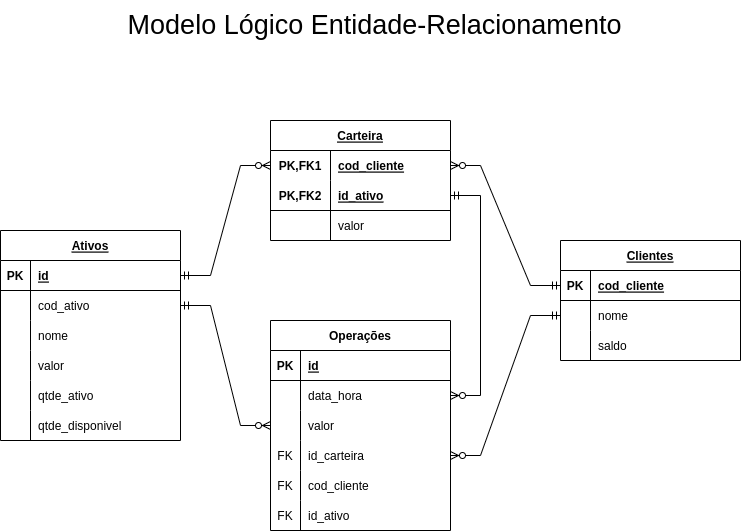
Above: Modelo Lógico ER.drawio.png in Fabio-Vicente/desafio-xp (draw.io), before the change. Source tidied: cells renumbered, new cells last; positions are measured from the earlier drawing's top-left corner, leaving out a move shared by most shapes.
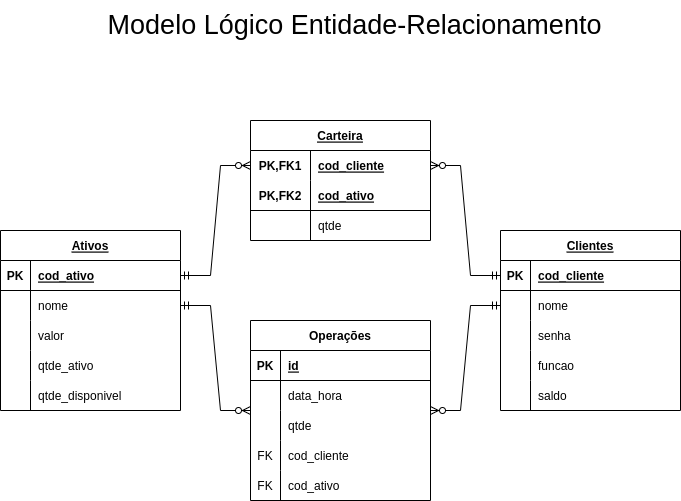
Later version of the same file.

Change to the diagram source:
```diff
@@ -3,7 +3,7 @@
     <mxCell id="0" />
     <mxCell id="1" parent="0" />
     <mxCell id="2" value="Ativos" style="shape=table;startSize=30;rowLines=0;fontStyle=5;align=center;" parent="1" vertex="1">
-      <mxGeometry y="230" width="180" height="210" as="geometry" />
+      <mxGeometry x="20" y="230" width="180" height="180" as="geometry" />
     </mxCell>
     <mxCell id="3" style="shape=tableRow;horizontal=0;startSize=0;swimlaneHead=0;swimlaneBody=0;fillColor=none;points=[[0,0.5],[1,0.5]];portConstraint=eastwest;top=0;left=0;right=0;bottom=1;" parent="2" vertex="1">
       <mxGeometry y="30" width="180" height="30" as="geometry" />
@@ -11,20 +11,11 @@
     <mxCell id="4" value="PK" style="shape=partialRectangle;fillColor=none;top=0;left=0;bottom=0;right=0;fontStyle=1;overflow=hidden;" parent="3" vertex="1">
       <mxGeometry width="30" height="30" as="geometry" />
     </mxCell>
-    <mxCell id="5" value="id" style="shape=partialRectangle;fillColor=none;top=0;left=0;bottom=0;right=0;align=left;spacingLeft=6;fontStyle=5;overflow=hidden;" parent="3" vertex="1">
+    <mxCell id="5" value="cod_ativo" style="shape=partialRectangle;fillColor=none;top=0;left=0;bottom=0;right=0;align=left;spacingLeft=6;fontStyle=5;overflow=hidden;" parent="3" vertex="1">
       <mxGeometry x="30" width="150" height="30" as="geometry" />
     </mxCell>
-    <mxCell id="6" style="shape=tableRow;horizontal=0;startSize=0;swimlaneHead=0;swimlaneBody=0;fillColor=none;points=[[0,0.5],[1,0.5]];portConstraint=eastwest;top=0;left=0;right=0;bottom=0;" parent="2" vertex="1">
-      <mxGeometry y="60" width="180" height="30" as="geometry" />
-    </mxCell>
-    <mxCell id="7" style="shape=partialRectangle;fillColor=none;top=0;left=0;bottom=0;right=0;overflow=hidden;" parent="6" vertex="1">
-      <mxGeometry width="30" height="30" as="geometry" />
-    </mxCell>
-    <mxCell id="8" value="cod_ativo" style="shape=partialRectangle;fillColor=none;top=0;left=0;bottom=0;right=0;align=left;spacingLeft=6;overflow=hidden;" parent="6" vertex="1">
-      <mxGeometry x="30" width="150" height="30" as="geometry" />
-    </mxCell>
     <mxCell id="9" style="shape=tableRow;horizontal=0;startSize=0;swimlaneHead=0;swimlaneBody=0;fillColor=none;points=[[0,0.5],[1,0.5]];portConstraint=eastwest;top=0;left=0;right=0;bottom=0;" parent="2" vertex="1">
-      <mxGeometry y="90" width="180" height="30" as="geometry" />
+      <mxGeometry y="60" width="180" height="30" as="geometry" />
     </mxCell>
     <mxCell id="10" style="shape=partialRectangle;fillColor=none;top=0;left=0;bottom=0;right=0;overflow=hidden;" parent="9" vertex="1">
       <mxGeometry width="30" height="30" as="geometry" />
@@ -33,7 +24,7 @@
       <mxGeometry x="30" width="150" height="30" as="geometry" />
     </mxCell>
     <mxCell id="12" style="shape=tableRow;horizontal=0;startSize=0;swimlaneHead=0;swimlaneBody=0;fillColor=none;top=0;left=0;right=0;bottom=0;" parent="2" vertex="1">
-      <mxGeometry y="120" width="180" height="30" as="geometry" />
+      <mxGeometry y="90" width="180" height="30" as="geometry" />
     </mxCell>
     <mxCell id="13" style="shape=partialRectangle;fillColor=none;top=0;left=0;bottom=0;right=0;overflow=hidden;" parent="12" vertex="1">
       <mxGeometry width="30" height="30" as="geometry" />
@@ -42,7 +33,7 @@
       <mxGeometry x="30" width="150" height="30" as="geometry" />
     </mxCell>
     <mxCell id="15" style="shape=tableRow;horizontal=0;startSize=0;swimlaneHead=0;swimlaneBody=0;fillColor=none;top=0;left=0;right=0;bottom=0;" parent="2" vertex="1">
-      <mxGeometry y="150" width="180" height="30" as="geometry" />
+      <mxGeometry y="120" width="180" height="30" as="geometry" />
     </mxCell>
     <mxCell id="16" style="shape=partialRectangle;fillColor=none;top=0;left=0;bottom=0;right=0;overflow=hidden;" parent="15" vertex="1">
       <mxGeometry width="30" height="30" as="geometry" />
@@ -51,7 +42,7 @@
       <mxGeometry x="30" width="150" height="30" as="geometry" />
     </mxCell>
     <mxCell id="18" style="shape=tableRow;horizontal=0;startSize=0;swimlaneHead=0;swimlaneBody=0;fillColor=none;top=0;left=0;right=0;bottom=0;" parent="2" vertex="1">
-      <mxGeometry y="180" width="180" height="30" as="geometry" />
+      <mxGeometry y="150" width="180" height="30" as="geometry" />
     </mxCell>
     <mxCell id="19" style="shape=partialRectangle;fillColor=none;top=0;left=0;bottom=0;right=0;overflow=hidden;" parent="18" vertex="1">
       <mxGeometry width="30" height="30" as="geometry" />
@@ -60,7 +51,7 @@
       <mxGeometry x="30" width="150" height="30" as="geometry" />
     </mxCell>
     <mxCell id="21" value="Clientes" style="shape=table;startSize=30;rowLines=0;fontStyle=5;align=center;" parent="1" vertex="1">
-      <mxGeometry x="560" y="240" width="180" height="120" as="geometry" />
+      <mxGeometry x="520" y="230" width="180" height="180" as="geometry" />
     </mxCell>
     <mxCell id="22" style="shape=tableRow;horizontal=0;startSize=0;swimlaneHead=0;swimlaneBody=0;fillColor=none;points=[[0,0.5],[1,0.5]];portConstraint=eastwest;top=0;left=0;right=0;bottom=1;" parent="21" vertex="1">
       <mxGeometry y="30" width="180" height="30" as="geometry" />
@@ -80,8 +71,26 @@
     <mxCell id="27" value="nome" style="shape=partialRectangle;fillColor=none;top=0;left=0;bottom=0;right=0;align=left;spacingLeft=6;overflow=hidden;" parent="25" vertex="1">
       <mxGeometry x="30" width="150" height="30" as="geometry" />
     </mxCell>
+    <mxCell id="66" style="shape=tableRow;horizontal=0;startSize=0;swimlaneHead=0;swimlaneBody=0;fillColor=none;top=0;left=0;right=0;bottom=0;" parent="21" vertex="1">
+      <mxGeometry y="90" width="180" height="30" as="geometry" />
+    </mxCell>
+    <mxCell id="67" style="shape=partialRectangle;fillColor=none;top=0;left=0;bottom=0;right=0;overflow=hidden;" parent="66" vertex="1">
+      <mxGeometry width="30" height="30" as="geometry" />
+    </mxCell>
+    <mxCell id="68" value="senha" style="shape=partialRectangle;fillColor=none;top=0;left=0;bottom=0;right=0;align=left;spacingLeft=6;overflow=hidden;" parent="66" vertex="1">
+      <mxGeometry x="30" width="150" height="30" as="geometry" />
+    </mxCell>
+    <mxCell id="53" style="shape=tableRow;horizontal=0;startSize=0;swimlaneHead=0;swimlaneBody=0;fillColor=none;points=[[0,0.5],[1,0.5]];portConstraint=eastwest;top=0;left=0;right=0;bottom=0;" parent="21" vertex="1">
+      <mxGeometry y="120" width="180" height="30" as="geometry" />
+    </mxCell>
+    <mxCell id="69" style="shape=partialRectangle;fillColor=none;top=0;left=0;bottom=0;right=0;overflow=hidden;" parent="53" vertex="1">
+      <mxGeometry width="30" height="30" as="geometry" />
+    </mxCell>
+    <mxCell id="70" value="funcao" style="shape=partialRectangle;fillColor=none;top=0;left=0;bottom=0;right=0;align=left;spacingLeft=6;overflow=hidden;" parent="53" vertex="1">
+      <mxGeometry x="30" width="150" height="30" as="geometry" />
+    </mxCell>
     <mxCell id="28" style="shape=tableRow;horizontal=0;startSize=0;swimlaneHead=0;swimlaneBody=0;fillColor=none;top=0;left=0;right=0;bottom=0;" parent="21" vertex="1">
-      <mxGeometry y="90" width="180" height="30" as="geometry" />
+      <mxGeometry y="150" width="180" height="30" as="geometry" />
     </mxCell>
     <mxCell id="29" style="shape=partialRectangle;fillColor=none;top=0;left=0;bottom=0;right=0;overflow=hidden;" parent="28" vertex="1">
       <mxGeometry width="30" height="30" as="geometry" />
@@ -107,18 +116,18 @@
     <mxCell id="36" value="PK,FK2" style="shape=partialRectangle;fillColor=none;top=0;left=0;bottom=0;right=0;fontStyle=1;overflow=hidden;" parent="35" vertex="1">
       <mxGeometry width="60" height="30" as="geometry" />
     </mxCell>
-    <mxCell id="37" value="id_ativo" style="shape=partialRectangle;fillColor=none;top=0;left=0;bottom=0;right=0;align=left;spacingLeft=6;fontStyle=5;overflow=hidden;" parent="35" vertex="1">
+    <mxCell id="37" value="cod_ativo" style="shape=partialRectangle;fillColor=none;top=0;left=0;bottom=0;right=0;align=left;spacingLeft=6;fontStyle=5;overflow=hidden;" parent="35" vertex="1">
       <mxGeometry x="60" width="120" height="30" as="geometry" />
     </mxCell>
-    <mxCell id="38" style="shape=tableRow;horizontal=0;startSize=0;swimlaneHead=0;swimlaneBody=0;fillColor=none;top=0;left=0;right=0;bottom=0;" parent="31" vertex="1">
-      <mxGeometry y="90" width="180" height="30" as="geometry" />
-    </mxCell>
+    <mxCell id="71" style="shape=tableRow;horizontal=0;startSize=0;swimlaneHead=0;swimlaneBody=0;fillColor=none;top=0;left=0;right=0;bottom=0;" parent="31" vertex="1">
+      <mxGeometry y="90" width="180" height="30" as="geometry" />
+    </mxCell>
-    <mxCell id="39" style="shape=partialRectangle;fillColor=none;top=0;left=0;bottom=0;right=0;overflow=hidden;" parent="38" vertex="1">
+    <mxCell id="39" style="shape=partialRectangle;fillColor=none;top=0;left=0;bottom=0;right=0;overflow=hidden;" parent="71" vertex="1">
       <mxGeometry width="60" height="30" as="geometry" />
     </mxCell>
-    <mxCell id="40" value="valor" style="shape=partialRectangle;fillColor=none;top=0;left=0;bottom=0;right=0;align=left;spacingLeft=6;overflow=hidden;" parent="38" vertex="1">
-      <mxGeometry x="60" width="120" height="30" as="geometry" />
-    </mxCell>
+    <mxCell id="72" value="qtde" style="shape=partialRectangle;fillColor=none;top=0;left=0;bottom=0;right=0;align=left;spacingLeft=6;overflow=hidden;" parent="71" vertex="1">
+      <mxGeometry x="60" width="120" height="30" as="geometry" />
+    </mxCell>
     <mxCell id="41" style="edgeStyle=entityRelationEdgeStyle;fontSize=12;html=1;endArrow=ERzeroToMany;startArrow=ERmandOne;rounded=0;entryX=0;entryY=0.5;entryDx=0;entryDy=0;" parent="1" edge="1" source="3" target="32">
       <mxGeometry relative="1" as="geometry" />
     </mxCell>
@@ -126,7 +135,7 @@
       <mxGeometry relative="1" as="geometry" />
     </mxCell>
     <mxCell id="43" value="Operações" style="shape=table;startSize=30;rowLines=0;fontStyle=1;align=center;" parent="1" vertex="1">
-      <mxGeometry x="270" y="320" width="180" height="210" as="geometry" />
+      <mxGeometry x="270" y="320" width="180" height="180" as="geometry" />
     </mxCell>
     <mxCell id="44" style="shape=tableRow;horizontal=0;startSize=0;swimlaneHead=0;swimlaneBody=0;fillColor=none;top=0;left=0;right=0;bottom=1;" parent="43" vertex="1">
       <mxGeometry y="30" width="180" height="30" as="geometry" />
@@ -146,26 +155,17 @@
     <mxCell id="49" value="data_hora" style="shape=partialRectangle;fillColor=none;top=0;left=0;bottom=0;right=0;align=left;spacingLeft=6;overflow=hidden;" parent="47" vertex="1">
       <mxGeometry x="30" width="150" height="30" as="geometry" />
     </mxCell>
-    <mxCell id="50" style="shape=tableRow;horizontal=0;startSize=0;swimlaneHead=0;swimlaneBody=0;fillColor=none;top=0;left=0;right=0;bottom=0;" parent="43" vertex="1">
-      <mxGeometry y="90" width="180" height="30" as="geometry" />
-    </mxCell>
-    <mxCell id="51" style="shape=partialRectangle;fillColor=none;top=0;left=0;bottom=0;right=0;overflow=hidden;" parent="50" vertex="1">
-      <mxGeometry width="30" height="30" as="geometry" />
-    </mxCell>
-    <mxCell id="52" value="valor" style="shape=partialRectangle;fillColor=none;top=0;left=0;bottom=0;right=0;align=left;spacingLeft=6;overflow=hidden;" parent="50" vertex="1">
-      <mxGeometry x="30" width="150" height="30" as="geometry" />
-    </mxCell>
-    <mxCell id="53" style="shape=tableRow;horizontal=0;startSize=0;swimlaneHead=0;swimlaneBody=0;fillColor=none;points=[[0,0.5],[1,0.5]];portConstraint=eastwest;top=0;left=0;right=0;bottom=0;" parent="43" vertex="1">
-      <mxGeometry y="120" width="180" height="30" as="geometry" />
-    </mxCell>
-    <mxCell id="54" value="FK" style="shape=partialRectangle;fillColor=none;top=0;left=0;bottom=0;right=0;overflow=hidden;" parent="53" vertex="1">
-      <mxGeometry width="30" height="30" as="geometry" />
-    </mxCell>
-    <mxCell id="55" value="id_carteira" style="shape=partialRectangle;fillColor=none;top=0;left=0;bottom=0;right=0;align=left;spacingLeft=6;overflow=hidden;" parent="53" vertex="1">
-      <mxGeometry x="30" width="150" height="30" as="geometry" />
-    </mxCell>
+    <mxCell id="73" style="shape=tableRow;horizontal=0;startSize=0;swimlaneHead=0;swimlaneBody=0;fillColor=none;top=0;left=0;right=0;bottom=0;" parent="43" vertex="1">
+      <mxGeometry y="90" width="180" height="30" as="geometry" />
+    </mxCell>
+    <mxCell id="74" style="shape=partialRectangle;fillColor=none;top=0;left=0;bottom=0;right=0;overflow=hidden;" parent="73" vertex="1">
+      <mxGeometry width="30" height="30" as="geometry" />
+    </mxCell>
+    <mxCell id="75" value="qtde" style="shape=partialRectangle;fillColor=none;top=0;left=0;bottom=0;right=0;align=left;spacingLeft=6;overflow=hidden;" parent="73" vertex="1">
+      <mxGeometry x="30" width="150" height="30" as="geometry" />
+    </mxCell>
     <mxCell id="56" style="shape=tableRow;horizontal=0;startSize=0;swimlaneHead=0;swimlaneBody=0;fillColor=none;top=0;left=0;right=0;bottom=0;" parent="43" vertex="1">
-      <mxGeometry y="150" width="180" height="30" as="geometry" />
+      <mxGeometry y="120" width="180" height="30" as="geometry" />
     </mxCell>
     <mxCell id="57" value="FK" style="shape=partialRectangle;fillColor=none;top=0;left=0;bottom=0;right=0;overflow=hidden;" parent="56" vertex="1">
       <mxGeometry width="30" height="30" as="geometry" />
@@ -174,21 +174,18 @@
       <mxGeometry x="30" width="150" height="30" as="geometry" />
     </mxCell>
     <mxCell id="59" style="shape=tableRow;horizontal=0;startSize=0;swimlaneHead=0;swimlaneBody=0;fillColor=none;top=0;left=0;right=0;bottom=0;" parent="43" vertex="1">
-      <mxGeometry y="180" width="180" height="30" as="geometry" />
+      <mxGeometry y="150" width="180" height="30" as="geometry" />
     </mxCell>
     <mxCell id="60" value="FK" style="shape=partialRectangle;fillColor=none;top=0;left=0;bottom=0;right=0;overflow=hidden;" parent="59" vertex="1">
       <mxGeometry width="30" height="30" as="geometry" />
     </mxCell>
-    <mxCell id="61" value="id_ativo" style="shape=partialRectangle;fillColor=none;top=0;left=0;bottom=0;right=0;align=left;spacingLeft=6;overflow=hidden;" parent="59" vertex="1">
+    <mxCell id="61" value="cod_ativo" style="shape=partialRectangle;fillColor=none;top=0;left=0;bottom=0;right=0;align=left;spacingLeft=6;overflow=hidden;" parent="59" vertex="1">
       <mxGeometry x="30" width="150" height="30" as="geometry" />
     </mxCell>
-    <mxCell id="62" style="edgeStyle=entityRelationEdgeStyle;fontSize=12;html=1;endArrow=ERzeroToMany;startArrow=ERmandOne;rounded=0;exitX=1;exitY=0.5;exitDx=0;exitDy=0;entryX=1;entryY=0.5;entryDx=0;entryDy=0;" parent="1" edge="1" source="35" target="47">
-      <mxGeometry relative="1" as="geometry" />
-    </mxCell>
-    <mxCell id="63" style="edgeStyle=entityRelationEdgeStyle;fontSize=12;html=1;endArrow=ERzeroToMany;startArrow=ERmandOne;rounded=0;entryX=1;entryY=0.5;entryDx=0;entryDy=0;exitX=0;exitY=0.5;exitDx=0;exitDy=0;" parent="1" edge="1" source="25" target="53">
+    <mxCell id="63" style="edgeStyle=entityRelationEdgeStyle;fontSize=12;html=1;endArrow=ERzeroToMany;startArrow=ERmandOne;rounded=0;exitX=0;exitY=0.5;exitDx=0;exitDy=0;" parent="1" edge="1" source="25" target="43">
       <mxGeometry relative="1" as="geometry" />
     </mxCell>
-    <mxCell id="64" style="edgeStyle=entityRelationEdgeStyle;fontSize=12;html=1;endArrow=ERzeroToMany;startArrow=ERmandOne;rounded=0;" parent="1" edge="1" source="6" target="43">
+    <mxCell id="64" style="edgeStyle=entityRelationEdgeStyle;fontSize=12;html=1;endArrow=ERzeroToMany;startArrow=ERmandOne;rounded=0;exitX=1;exitY=0.5;exitDx=0;exitDy=0;" parent="1" edge="1" source="9" target="43">
       <mxGeometry relative="1" as="geometry" />
     </mxCell>
     <mxCell id="65" value="Modelo Lógico Entidade-Relacionamento" style="text;html=1;align=center;verticalAlign=middle;fillColor=none;strokeColor=none;rounded=0;fontSize=27;" parent="1" vertex="1">
```
